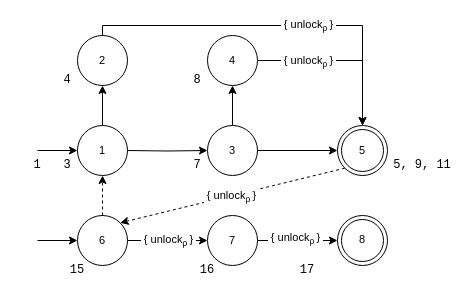
Before: background/figures/annotated-cfg.drawio in andersfischernielsen/Finding-Resource-Manipulation-Bugs-with-Monitor-Automata-on-the-Example-of-the-Linux-Kernel, a draw.io diagram. Source tidied: cells renumbered, new cells numbered last; positions are measured from the earlier drawing's top-left corner, leaving out a move shared by most shapes. Both pictures are drawn from the tidied source at 100%, with x=0, y=0 at pixel (17, 25).
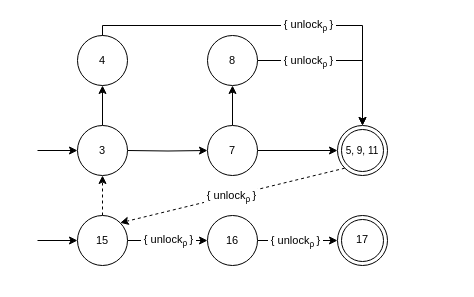
The same page after the edit.

Commit message (it also covers changes not shown here):
Fix initial CFG figure, reorder implementation section

The change refers to these unchanged cells:
```xml
<mxCell id="19" style="edgeStyle=none;rounded=0;jettySize=auto;html=1;exitX=1;exitY=0.5;exitDx=0;exitDy=0;entryX=0;entryY=0.5;entryDx=0;entryDy=0;fontFamily=Courier New;fontSize=11;" parent="1" edge="1" source="21" target="23">
  <mxGeometry relative="1" as="geometry" />
</mxCell>
```

Change to the diagram source:
```diff
@@
-    <mxCell id="9" value="&lt;span style=&quot;font-weight: normal&quot;&gt;2&lt;/span&gt;" style="ellipse;whiteSpace=wrap;html=1;fontStyle=1;fontSize=11;" parent="1" vertex="1">
+    <mxCell id="9" value="&lt;span style=&quot;font-weight: normal&quot;&gt;4&lt;/span&gt;" style="ellipse;whiteSpace=wrap;html=1;fontStyle=1;fontSize=11;" parent="1" vertex="1">
       <mxGeometry x="60" y="10" width="50" height="50" as="geometry" />
     </mxCell>
@@
-    <mxCell id="12" value="&lt;span style=&quot;font-weight: normal&quot;&gt;5&lt;/span&gt;" style="ellipse;shape=doubleEllipse;whiteSpace=wrap;html=1;fontSize=11;fontFamily=Helvetica;fontStyle=1;" parent="1" vertex="1">
+    <mxCell id="12" value="&lt;span style=&quot;font-weight: normal; font-size: 10px;&quot;&gt;5, 9, 11&lt;/span&gt;" style="ellipse;shape=doubleEllipse;whiteSpace=wrap;html=1;fontSize=10;fontFamily=Helvetica;fontStyle=1;" parent="1" vertex="1">
       <mxGeometry x="320" y="100" width="50" height="50" as="geometry" />
     </mxCell>
@@
-    <mxCell id="15" value="&lt;span style=&quot;font-weight: normal&quot;&gt;4&lt;/span&gt;" style="ellipse;whiteSpace=wrap;html=1;fontStyle=1;fontSize=11;" parent="1" vertex="1">
+    <mxCell id="15" value="&lt;span style=&quot;font-weight: normal&quot;&gt;8&lt;/span&gt;" style="ellipse;whiteSpace=wrap;html=1;fontStyle=1;fontSize=11;" parent="1" vertex="1">
       <mxGeometry x="190" y="10" width="50" height="50" as="geometry" />
     </mxCell>
@@
     <mxCell id="20" value="&amp;nbsp;{ unlock&lt;span style=&quot;font-size: 10px&quot;&gt;&lt;sub&gt;ρ&amp;nbsp;&lt;/sub&gt;&lt;/span&gt;}&amp;nbsp;" style="edgeLabel;html=1;align=center;verticalAlign=middle;fontFamily=Helvetica;" parent="19" vertex="1">
-      <mxGeometry x="-0.08" y="3" relative="1" as="geometry" />
+      <mxGeometry x="-0.08" y="3" relative="1" as="geometry">
+        <mxPoint y="3" as="offset" />
+      </mxGeometry>
     </mxCell>
-    <mxCell id="21" value="&lt;font style=&quot;font-size: 11px ; font-weight: normal&quot;&gt;7&lt;/font&gt;" style="ellipse;whiteSpace=wrap;html=1;fontStyle=1;fontSize=11;" parent="1" vertex="1">
+    <mxCell id="21" value="&lt;font style=&quot;font-size: 11px ; font-weight: normal&quot;&gt;16&lt;/font&gt;" style="ellipse;whiteSpace=wrap;html=1;fontStyle=1;fontSize=11;" parent="1" vertex="1">
       <mxGeometry x="190" y="190" width="50" height="50" as="geometry" />
     </mxCell>
@@
-    <mxCell id="23" value="&lt;span style=&quot;font-weight: normal&quot;&gt;&lt;font face=&quot;Helvetica&quot;&gt;8&lt;/font&gt;&lt;/span&gt;" style="ellipse;shape=doubleEllipse;whiteSpace=wrap;html=1;fontSize=11;fontFamily=Courier New;fontStyle=1;" parent="1" vertex="1">
+    <mxCell id="23" value="&lt;span style=&quot;font-weight: normal&quot;&gt;&lt;font face=&quot;Helvetica&quot;&gt;17&lt;/font&gt;&lt;/span&gt;" style="ellipse;shape=doubleEllipse;whiteSpace=wrap;html=1;fontSize=11;fontFamily=Courier New;fontStyle=1;" parent="1" vertex="1">
       <mxGeometry x="320" y="190" width="50" height="50" as="geometry" />
     </mxCell>
-    <mxCell id="24" value="1" style="text;html=1;strokeColor=none;fillColor=none;align=center;verticalAlign=middle;whiteSpace=wrap;rounded=0;fontFamily=Courier New;" parent="1" vertex="1">
-      <mxGeometry y="130" width="40" height="20" as="geometry" />
-    </mxCell>
-    <mxCell id="25" value="3" style="text;html=1;strokeColor=none;fillColor=none;align=center;verticalAlign=middle;whiteSpace=wrap;rounded=0;fontFamily=Courier New;" parent="1" vertex="1">
-      <mxGeometry x="30" y="130" width="40" height="20" as="geometry" />
-    </mxCell>
-    <mxCell id="26" value="4" style="text;html=1;strokeColor=none;fillColor=none;align=center;verticalAlign=middle;whiteSpace=wrap;rounded=0;fontFamily=Courier New;" parent="1" vertex="1">
-      <mxGeometry x="30" y="45" width="40" height="20" as="geometry" />
-    </mxCell>
-    <mxCell id="27" value="8" style="text;html=1;strokeColor=none;fillColor=none;align=center;verticalAlign=middle;whiteSpace=wrap;rounded=0;fontFamily=Courier New;" parent="1" vertex="1">
-      <mxGeometry x="160" y="45" width="40" height="20" as="geometry" />
-    </mxCell>
-    <mxCell id="28" value="7" style="text;html=1;strokeColor=none;fillColor=none;align=center;verticalAlign=middle;whiteSpace=wrap;rounded=0;fontFamily=Courier New;" parent="1" vertex="1">
-      <mxGeometry x="160" y="130" width="40" height="20" as="geometry" />
-    </mxCell>
-    <mxCell id="29" value="5, 9, 11" style="text;html=1;strokeColor=none;fillColor=none;align=center;verticalAlign=middle;whiteSpace=wrap;rounded=0;fontFamily=Courier New;" parent="1" vertex="1">
-      <mxGeometry x="370" y="130" width="70" height="20" as="geometry" />
-    </mxCell>
-    <mxCell id="30" value="15" style="text;html=1;strokeColor=none;fillColor=none;align=center;verticalAlign=middle;whiteSpace=wrap;rounded=0;fontFamily=Courier New;" parent="1" vertex="1">
-      <mxGeometry x="40" y="235" width="40" height="20" as="geometry" />
-    </mxCell>
-    <mxCell id="31" value="16" style="text;html=1;strokeColor=none;fillColor=none;align=center;verticalAlign=middle;whiteSpace=wrap;rounded=0;fontFamily=Courier New;" parent="1" vertex="1">
-      <mxGeometry x="170" y="235" width="40" height="20" as="geometry" />
-    </mxCell>
-    <mxCell id="32" value="17" style="text;html=1;strokeColor=none;fillColor=none;align=center;verticalAlign=middle;whiteSpace=wrap;rounded=0;fontFamily=Courier New;" parent="1" vertex="1">
-      <mxGeometry x="270" y="235" width="40" height="20" as="geometry" />
-    </mxCell>
-    <mxCell id="33" value="&lt;span style=&quot;font-weight: normal&quot;&gt;1&lt;/span&gt;" style="ellipse;whiteSpace=wrap;html=1;fontStyle=1;fontSize=11;" parent="1" vertex="1">
+    <mxCell id="33" value="&lt;span style=&quot;font-weight: normal&quot;&gt;3&lt;/span&gt;" style="ellipse;whiteSpace=wrap;html=1;fontStyle=1;fontSize=11;" parent="1" vertex="1">
       <mxGeometry x="60" y="100" width="50" height="50" as="geometry" />
     </mxCell>
-    <mxCell id="34" value="&lt;span style=&quot;font-weight: 400&quot;&gt;3&lt;/span&gt;" style="ellipse;whiteSpace=wrap;html=1;fontStyle=1;fontSize=11;" parent="1" vertex="1">
+    <mxCell id="34" value="&lt;span style=&quot;font-weight: 400&quot;&gt;7&lt;/span&gt;" style="ellipse;whiteSpace=wrap;html=1;fontStyle=1;fontSize=11;" parent="1" vertex="1">
       <mxGeometry x="190" y="100" width="50" height="50" as="geometry" />
     </mxCell>
-    <mxCell id="35" value="&lt;span style=&quot;font-weight: normal&quot;&gt;6&lt;/span&gt;" style="ellipse;whiteSpace=wrap;html=1;fontStyle=1;fontSize=11;" parent="1" vertex="1">
+    <mxCell id="35" value="&lt;span style=&quot;font-weight: normal&quot;&gt;15&lt;/span&gt;" style="ellipse;whiteSpace=wrap;html=1;fontStyle=1;fontSize=11;" parent="1" vertex="1">
       <mxGeometry x="60" y="190" width="50" height="50" as="geometry" />
     </mxCell>
```
